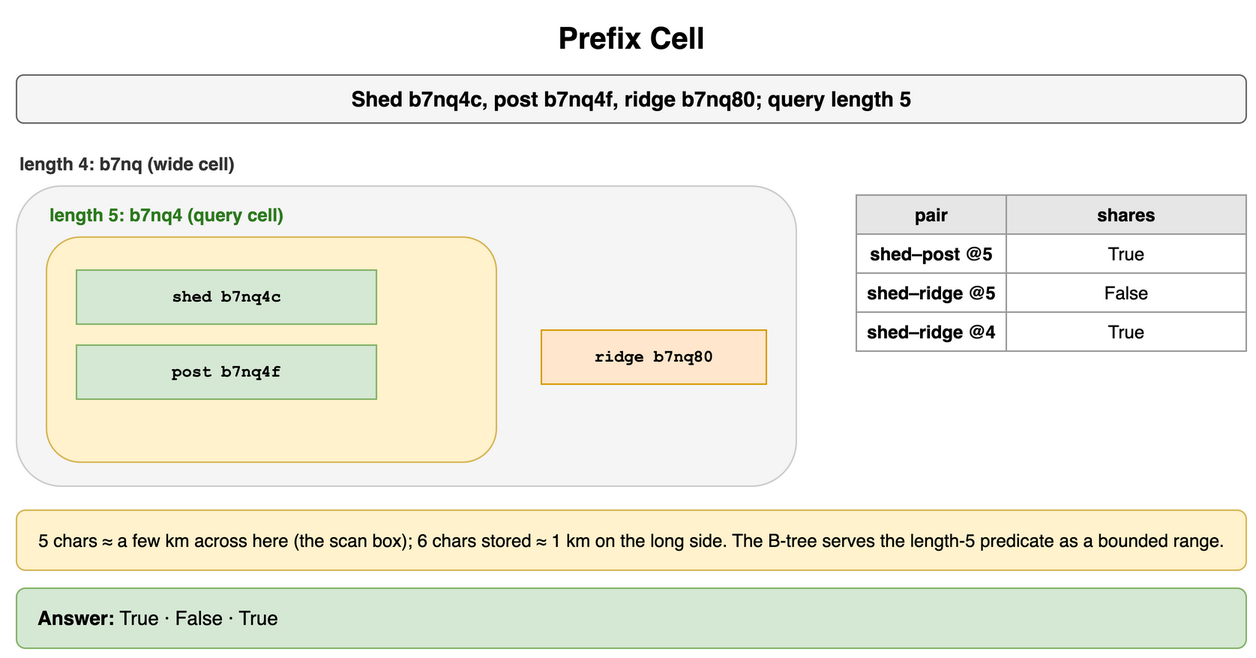
Before: content/09_System_Design_Interview/20_Geospatial_and_Location_Based_Services/diagrams/geospatial-drills-1-prefix-cell.png, a diagram exported from draw.io (amendez13/swe-study-guide). Source tidied: cells renumbered, new cells last; positions are measured from the earlier drawing's top-left corner, leaving out a move shared by most shapes.
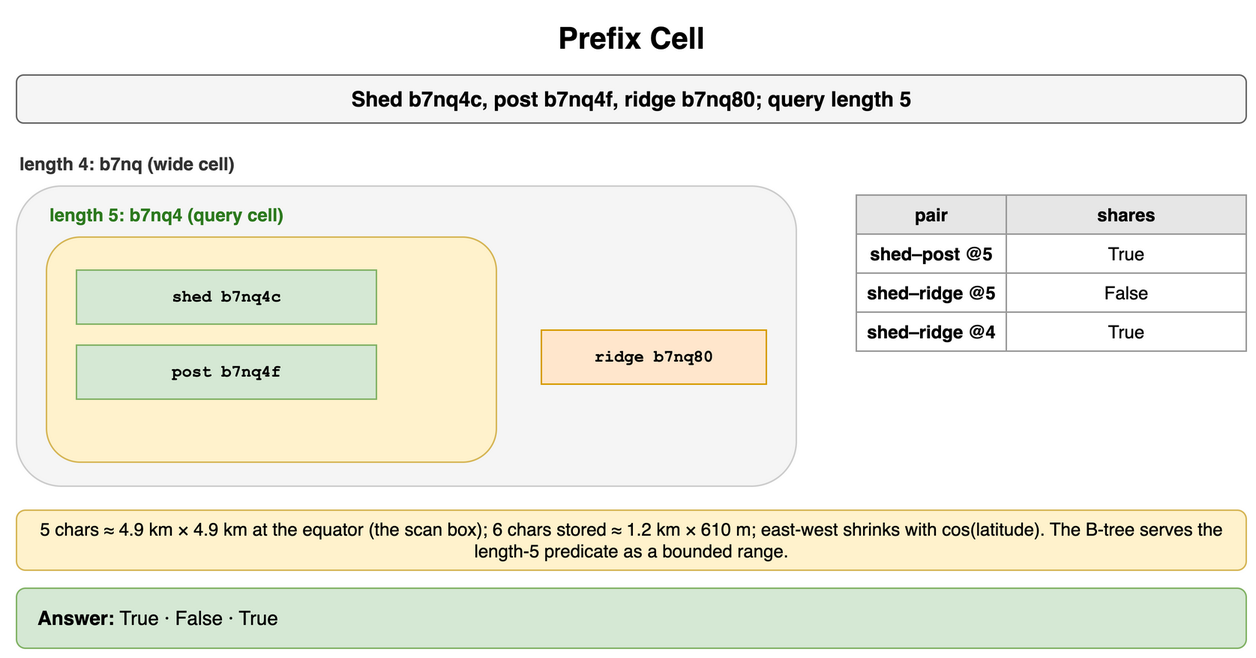
After the commit.

Commit message:
docs(sdi): align geospatial diagrams with the plain-language cards

The edit, as a diff of the source:
```diff
@@ -53,7 +53,7 @@
     <mxCell id="18" value="True" style="whiteSpace=wrap;html=1;strokeColor=#999999;fontSize=12;fillColor=#ffffff;" parent="1" vertex="1">
       <mxGeometry x="660" y="198" width="160" height="26" as="geometry" />
     </mxCell>
-    <mxCell id="19" value="5 chars ≈ a few km across here (the scan box); 6 chars stored ≈ 1 km on the long side. The B-tree serves the length-5 predicate as a bounded range." style="rounded=1;whiteSpace=wrap;html=1;fillColor=#fff2cc;strokeColor=#d6b656;fontSize=12;align=center;" parent="1" vertex="1">
+    <mxCell id="19" value="5 chars ≈ 4.9 km × 4.9 km at the equator (the scan box); 6 chars stored ≈ 1.2 km × 610 m; east-west shrinks with cos(latitude). The B-tree serves the length-5 predicate as a bounded range." style="rounded=1;whiteSpace=wrap;html=1;fillColor=#fff2cc;strokeColor=#d6b656;fontSize=12;align=center;" parent="1" vertex="1">
       <mxGeometry y="330" width="820" height="40" as="geometry" />
     </mxCell>
     <mxCell id="20" value="&lt;b&gt;Answer:&lt;/b&gt; True · False · True" style="rounded=1;whiteSpace=wrap;html=1;fillColor=#d5e8d4;strokeColor=#82b366;fontSize=13;align=left;spacingLeft=12;" parent="1" vertex="1">
```
